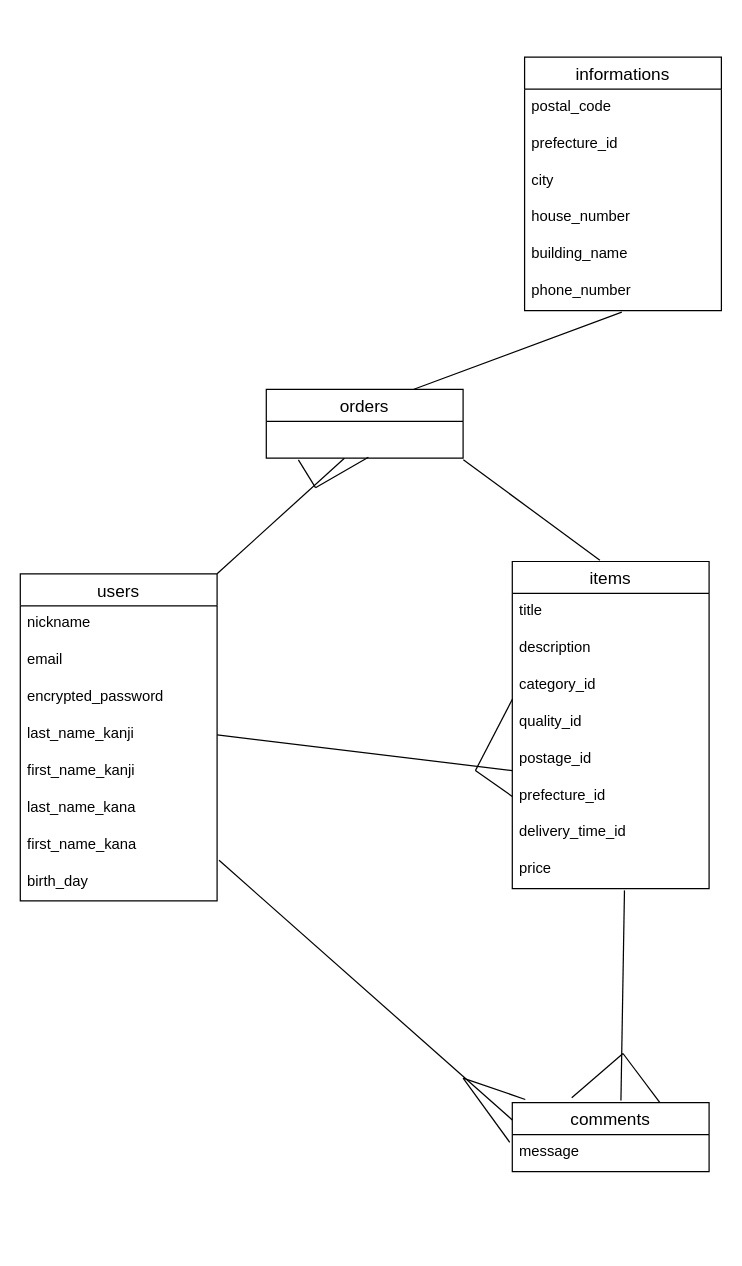
The draw.io diagram ER.dio in peter0726/furima-41113, before the edit. Source tidied: cells renumbered, new cells numbered last; positions are measured from the earlier drawing's top-left corner, leaving out a move shared by most shapes. Both pictures are drawn from the tidied source at 123%, with x=0, y=0 at pixel (20, 57).
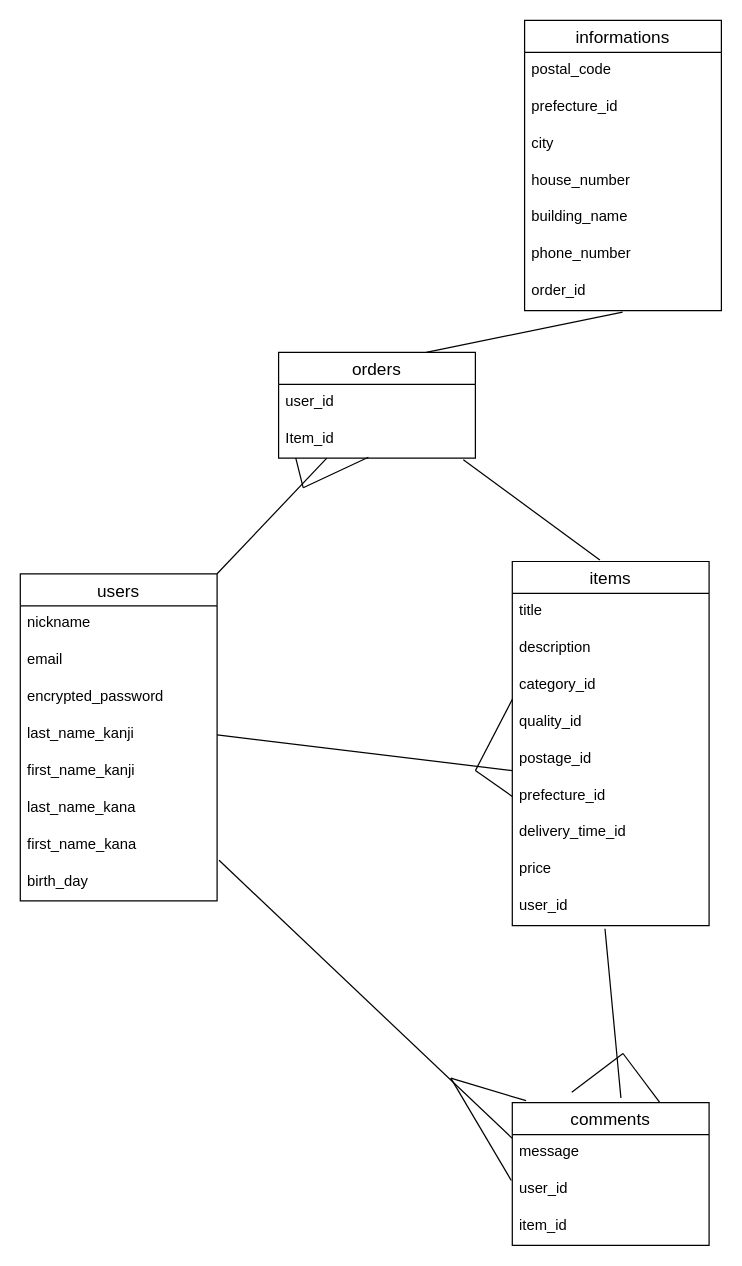
The same page after the edit.

The change refers to these unchanged cells:
```xml
<mxCell id="2" value="users" style="swimlane;fontStyle=0;horizontal=1;startSize=26;align=center;fontSize=14;" parent="1" vertex="1">
  <mxGeometry y="420" width="160" height="266" as="geometry" />
</mxCell>
<mxCell id="19" value="price" style="text;strokeColor=none;fillColor=none;spacingLeft=4;spacingRight=4;overflow=hidden;points=[[0,0.5],[1,0.5]];portConstraint=eastwest;fontSize=12;" parent="11" vertex="1">
  <mxGeometry y="236" width="160" height="30" as="geometry" />
</mxCell>
<mxCell id="22" value="message" style="text;strokeColor=none;fillColor=none;spacingLeft=4;spacingRight=4;overflow=hidden;points=[[0,0.5],[1,0.5]];portConstraint=eastwest;fontSize=12;" parent="21" vertex="1">
  <mxGeometry y="26" width="160" height="30" as="geometry" />
</mxCell>
<mxCell id="29" value="phone_number" style="text;strokeColor=none;fillColor=none;spacingLeft=4;spacingRight=4;overflow=hidden;points=[[0,0.5],[1,0.5]];portConstraint=eastwest;fontSize=12;" parent="23" vertex="1">
  <mxGeometry y="176" width="160" height="30" as="geometry" />
</mxCell>
```

What changed in the source:
```diff
@@
     <mxCell id="11" value="items" style="swimlane;fontStyle=0;horizontal=1;startSize=26;align=center;fontSize=14;" parent="1" vertex="1">
-      <mxGeometry x="400" y="410" width="160" height="266" as="geometry" />
+      <mxGeometry x="400" y="410" width="160" height="296" as="geometry" />
     </mxCell>
@@
-    <mxCell id="20" value="orders" style="swimlane;fontStyle=0;horizontal=1;startSize=26;align=center;fontSize=14;" parent="1" vertex="1">
-      <mxGeometry x="200" y="270" width="160" height="56" as="geometry" />
-    </mxCell>
+    <mxCell id="44" value="user_id" style="text;strokeColor=none;fillColor=none;spacingLeft=4;spacingRight=4;overflow=hidden;points=[[0,0.5],[1,0.5]];portConstraint=eastwest;fontSize=12;" parent="11" vertex="1">
+      <mxGeometry y="266" width="160" height="30" as="geometry" />
+    </mxCell>
     <mxCell id="21" value="comments" style="swimlane;fontStyle=0;horizontal=1;startSize=26;align=center;fontSize=14;" parent="1" vertex="1">
-      <mxGeometry x="400" y="850" width="160" height="56" as="geometry" />
+      <mxGeometry x="400" y="850" width="160" height="116" as="geometry" />
     </mxCell>
@@
+    <mxCell id="45" value="user_id" style="text;strokeColor=none;fillColor=none;spacingLeft=4;spacingRight=4;overflow=hidden;points=[[0,0.5],[1,0.5]];portConstraint=eastwest;fontSize=12;" parent="21" vertex="1">
+      <mxGeometry y="56" width="160" height="30" as="geometry" />
+    </mxCell>
+    <mxCell id="46" value="item_id" style="text;strokeColor=none;fillColor=none;spacingLeft=4;spacingRight=4;overflow=hidden;fontSize=12;" parent="21" vertex="1">
+      <mxGeometry y="86" width="160" height="30" as="geometry" />
+    </mxCell>
     <mxCell id="23" value="informations" style="swimlane;fontStyle=0;horizontal=1;startSize=26;align=center;fontSize=14;" parent="1" vertex="1">
-      <mxGeometry x="410" width="160" height="206" as="geometry" />
+      <mxGeometry x="410" y="-30" width="160" height="236" as="geometry" />
     </mxCell>
@@
+    <mxCell id="47" value="order_id" style="text;strokeColor=none;fillColor=none;spacingLeft=4;spacingRight=4;overflow=hidden;points=[[0,0.5],[1,0.5]];portConstraint=eastwest;fontSize=12;" parent="23" vertex="1">
+      <mxGeometry y="206" width="160" height="30" as="geometry" />
+    </mxCell>
@@
-    <mxCell id="33" style="endArrow=none;html=1;rounded=0;entryX=0.552;entryY=-0.033;entryDx=0;entryDy=0;entryPerimeter=0;exitX=0.57;exitY=1.046;exitDx=0;exitDy=0;exitPerimeter=0;" parent="1" edge="1" source="19" target="21">
+    <mxCell id="33" style="endArrow=none;html=1;rounded=0;entryX=0.552;entryY=-0.033;entryDx=0;entryDy=0;entryPerimeter=0;exitX=0.471;exitY=1.086;exitDx=0;exitDy=0;exitPerimeter=0;" parent="1" edge="1" source="44" target="21">
       <mxGeometry relative="1" as="geometry" />
     </mxCell>
@@
-    <mxCell id="37" style="endArrow=none;html=1;rounded=0;entryX=0.066;entryY=-0.047;entryDx=0;entryDy=0;entryPerimeter=0;" parent="1" edge="1" target="21">
+    <mxCell id="37" style="endArrow=none;html=1;rounded=0;entryX=0.07;entryY=-0.014;entryDx=0;entryDy=0;entryPerimeter=0;" parent="1" edge="1" target="21">
       <mxGeometry relative="1" as="geometry">
-        <mxPoint x="360" y="830" as="sourcePoint" />
+        <mxPoint x="350" y="830" as="sourcePoint" />
       </mxGeometry>
     </mxCell>
-    <mxCell id="38" style="endArrow=none;html=1;rounded=0;entryX=-0.013;entryY=0.206;entryDx=0;entryDy=0;entryPerimeter=0;" parent="1" edge="1" target="22">
+    <mxCell id="38" style="endArrow=none;html=1;rounded=0;entryX=-0.005;entryY=0.243;entryDx=0;entryDy=0;entryPerimeter=0;" parent="1" edge="1" target="45">
       <mxGeometry relative="1" as="geometry">
-        <mxPoint x="360" y="830" as="sourcePoint" />
+        <mxPoint x="350" y="830" as="sourcePoint" />
       </mxGeometry>
     </mxCell>
-    <mxCell id="39" style="endArrow=none;html=1;rounded=0;exitX=1;exitY=0;exitDx=0;exitDy=0;" parent="1" edge="1" source="2">
-      <mxGeometry relative="1" as="geometry">
-        <mxPoint x="263.5" y="326" as="targetPoint" />
-      </mxGeometry>
-    </mxCell>
     <mxCell id="40" style="endArrow=none;html=1;rounded=0;entryX=0.519;entryY=0.972;entryDx=0;entryDy=0;entryPerimeter=0;" parent="1" edge="1">
       <mxGeometry relative="1" as="geometry">
-        <mxPoint x="240" y="350" as="sourcePoint" />
+        <mxPoint x="230" y="350" as="sourcePoint" />
         <mxPoint x="283" y="325.2" as="targetPoint" />
       </mxGeometry>
     </mxCell>
-    <mxCell id="41" style="endArrow=none;html=1;rounded=0;exitX=0.163;exitY=1.046;exitDx=0;exitDy=0;exitPerimeter=0;" parent="1" edge="1">
+    <mxCell id="41" style="endArrow=none;html=1;rounded=0;exitX=0.087;exitY=0.992;exitDx=0;exitDy=0;exitPerimeter=0;" parent="1" edge="1" source="50">
       <mxGeometry relative="1" as="geometry">
-        <mxPoint x="226.1" y="327.4" as="sourcePoint" />
-        <mxPoint x="240" y="350" as="targetPoint" />
+        <mxPoint x="230" y="350" as="targetPoint" />
       </mxGeometry>
     </mxCell>
-    <mxCell id="42" style="endArrow=none;html=1;rounded=0;exitX=0.75;exitY=0;exitDx=0;exitDy=0;entryX=0.494;entryY=1.043;entryDx=0;entryDy=0;entryPerimeter=0;" parent="1" edge="1" source="20" target="29">
+    <mxCell id="42" style="endArrow=none;html=1;rounded=0;exitX=0.75;exitY=0;exitDx=0;exitDy=0;entryX=0.498;entryY=1.042;entryDx=0;entryDy=0;entryPerimeter=0;" parent="1" edge="1" source="20" target="47">
       <mxGeometry relative="1" as="geometry" />
     </mxCell>
@@
+    <mxCell id="48" style="endArrow=none;html=1;rounded=0;exitX=1;exitY=0;exitDx=0;exitDy=0;" parent="1" edge="1" source="2" target="20">
+      <mxGeometry relative="1" as="geometry" />
+    </mxCell>
+    <mxCell id="20" value="orders" style="swimlane;fontStyle=0;horizontal=1;startSize=26;align=center;fontSize=14;" parent="1" vertex="1">
+      <mxGeometry x="210" y="240" width="160" height="86" as="geometry" />
+    </mxCell>
+    <mxCell id="49" value="user_id" style="text;strokeColor=none;fillColor=none;spacingLeft=4;spacingRight=4;overflow=hidden;fontSize=12;" parent="20" vertex="1">
+      <mxGeometry y="26" width="160" height="30" as="geometry" />
+    </mxCell>
+    <mxCell id="50" value="Item_id" style="text;strokeColor=none;fillColor=none;spacingLeft=4;spacingRight=4;overflow=hidden;points=[[0,0.5],[1,0.5]];portConstraint=eastwest;fontSize=12;" parent="20" vertex="1">
+      <mxGeometry y="56" width="160" height="30" as="geometry" />
+    </mxCell>
```
